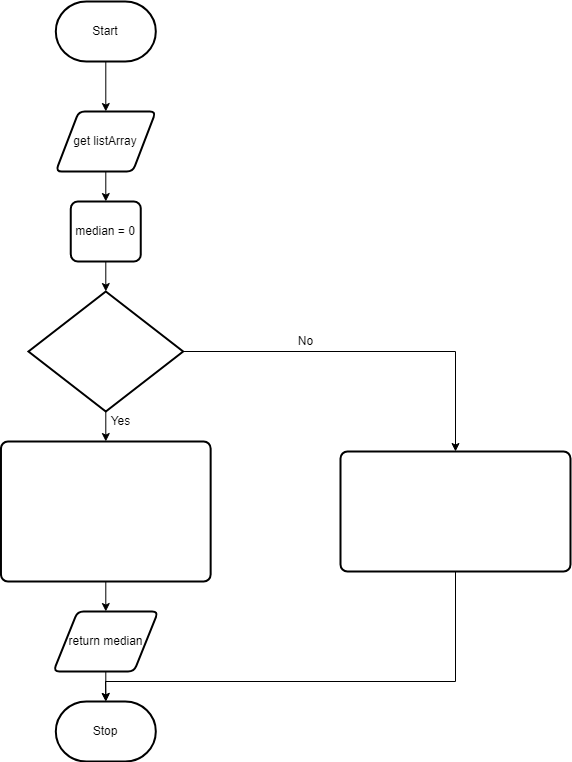
Rodas-Nega1/ics4u-unit-1-06-typescript keeps this draw.io diagram as flowchart2.png. Above is the earlier version. Source tidied: cells renumbered, new cells last; positions are measured from the earlier drawing's top-left corner, leaving out a move shared by most shapes.
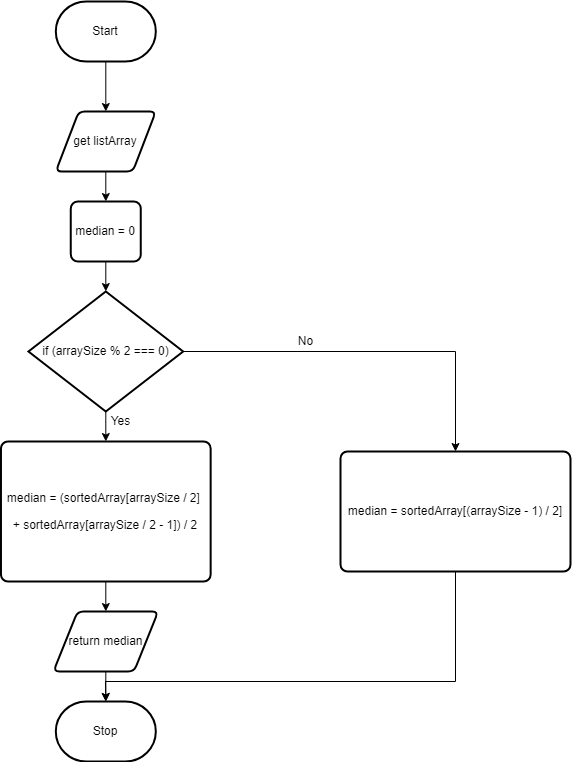
The same file after the commit.

What changed in the source:
```diff
@@ -50,10 +50,10 @@
         <mxPoint x="105.3" y="700" as="targetPoint" />
       </mxGeometry>
     </mxCell>
-    <mxCell id="11" value="Yes" style="text;html=1;align=center;verticalAlign=middle;fillColor=none;strokeColor=none;rounded=0;fontFamily=Helvetica;" parent="1" vertex="1">
+    <mxCell id="11" value="&lt;font color=&quot;#000000&quot;&gt;Yes&lt;/font&gt;" style="text;html=1;align=center;verticalAlign=middle;fillColor=none;strokeColor=none;rounded=0;fontFamily=Helvetica;" parent="1" vertex="1">
       <mxGeometry x="100.3" y="410" width="40" height="20" as="geometry" />
     </mxCell>
-    <mxCell id="12" value="No" style="text;html=1;align=center;verticalAlign=middle;fillColor=none;strokeColor=none;rounded=0;fontFamily=Helvetica;" parent="1" vertex="1">
+    <mxCell id="12" value="&lt;font color=&quot;#000000&quot;&gt;No&lt;/font&gt;" style="text;html=1;align=center;verticalAlign=middle;fillColor=none;strokeColor=none;rounded=0;fontFamily=Helvetica;" parent="1" vertex="1">
       <mxGeometry x="290" y="330" width="30" height="20" as="geometry" />
     </mxCell>
     <mxCell id="13" style="edgeStyle=none;rounded=0;html=1;entryX=0.5;entryY=0;entryDx=0;entryDy=0;entryPerimeter=0;fontFamily=Helvetica;" parent="1" edge="1">
@@ -66,13 +66,13 @@
         </Array>
       </mxGeometry>
     </mxCell>
-    <mxCell id="14" value="&lt;pre style=&quot;color: rgb(255 , 255 , 255) ; overflow-wrap: break-word&quot;&gt;&lt;pre style=&quot;overflow-wrap: break-word&quot;&gt;&lt;font face=&quot;Helvetica&quot;&gt;if (arraySize % 2 === 0)&lt;/font&gt;&lt;/pre&gt;&lt;/pre&gt;" style="strokeWidth=2;html=1;shape=mxgraph.flowchart.decision;whiteSpace=wrap;fontFamily=Helvetica;" parent="1" vertex="1">
+    <mxCell id="14" value="&lt;pre style=&quot;overflow-wrap: break-word&quot;&gt;&lt;pre style=&quot;overflow-wrap: break-word&quot;&gt;&lt;font face=&quot;Helvetica&quot; color=&quot;#000000&quot;&gt;if (arraySize % 2 === 0)&lt;/font&gt;&lt;/pre&gt;&lt;/pre&gt;" style="strokeWidth=2;html=1;shape=mxgraph.flowchart.decision;whiteSpace=wrap;fontFamily=Helvetica;" parent="1" vertex="1">
       <mxGeometry x="28" y="290" width="154.7" height="120" as="geometry" />
     </mxCell>
-    <mxCell id="15" value="&lt;pre style=&quot;color: rgb(255 , 255 , 255) ; overflow-wrap: break-word&quot;&gt;&lt;pre style=&quot;overflow-wrap: break-word&quot;&gt;&lt;font face=&quot;Helvetica&quot;&gt;median = (sortedArray[arraySize / 2] &lt;/font&gt;&lt;/pre&gt;&lt;pre style=&quot;overflow-wrap: break-word&quot;&gt;&lt;font face=&quot;Helvetica&quot;&gt;+ sortedArray[arraySize / 2 - 1]) / 2&lt;/font&gt;&lt;/pre&gt;&lt;/pre&gt;" style="rounded=1;whiteSpace=wrap;html=1;absoluteArcSize=1;arcSize=14;strokeWidth=2;fontFamily=Helvetica;" parent="1" vertex="1">
+    <mxCell id="15" value="&lt;pre style=&quot;overflow-wrap: break-word&quot;&gt;&lt;pre style=&quot;overflow-wrap: break-word&quot;&gt;&lt;font face=&quot;Helvetica&quot; color=&quot;#000000&quot;&gt;median = (sortedArray[arraySize / 2] &lt;/font&gt;&lt;/pre&gt;&lt;pre style=&quot;overflow-wrap: break-word&quot;&gt;&lt;font face=&quot;Helvetica&quot; color=&quot;#000000&quot;&gt;+ sortedArray[arraySize / 2 - 1]) / 2&lt;/font&gt;&lt;/pre&gt;&lt;/pre&gt;" style="rounded=1;whiteSpace=wrap;html=1;absoluteArcSize=1;arcSize=14;strokeWidth=2;fontFamily=Helvetica;" parent="1" vertex="1">
       <mxGeometry x="0.5" y="440" width="209.7" height="140" as="geometry" />
     </mxCell>
-    <mxCell id="16" value="&lt;pre style=&quot;color: rgb(255 , 255 , 255) ; overflow-wrap: break-word&quot;&gt;&lt;pre style=&quot;overflow-wrap: break-word&quot;&gt;&lt;pre style=&quot;overflow-wrap: break-word&quot;&gt;&lt;font face=&quot;Helvetica&quot;&gt;median = sortedArray[(arraySize - 1) / 2]&lt;/font&gt;&lt;/pre&gt;&lt;/pre&gt;&lt;/pre&gt;" style="rounded=1;whiteSpace=wrap;html=1;absoluteArcSize=1;arcSize=14;strokeWidth=2;fontFamily=Helvetica;" parent="1" vertex="1">
+    <mxCell id="16" value="&lt;pre style=&quot;overflow-wrap: break-word&quot;&gt;&lt;pre style=&quot;overflow-wrap: break-word&quot;&gt;&lt;pre style=&quot;overflow-wrap: break-word&quot;&gt;&lt;font face=&quot;Helvetica&quot; color=&quot;#000000&quot;&gt;median = sortedArray[(arraySize - 1) / 2]&lt;/font&gt;&lt;/pre&gt;&lt;/pre&gt;&lt;/pre&gt;" style="rounded=1;whiteSpace=wrap;html=1;absoluteArcSize=1;arcSize=14;strokeWidth=2;fontFamily=Helvetica;" parent="1" vertex="1">
       <mxGeometry x="340" y="450" width="230" height="120" as="geometry" />
     </mxCell>
     <mxCell id="17" value="return median" style="shape=parallelogram;html=1;strokeWidth=2;perimeter=parallelogramPerimeter;whiteSpace=wrap;rounded=1;arcSize=12;size=0.23;" parent="1" vertex="1">
```
